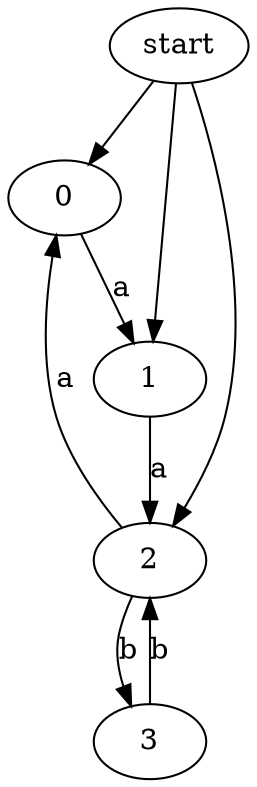
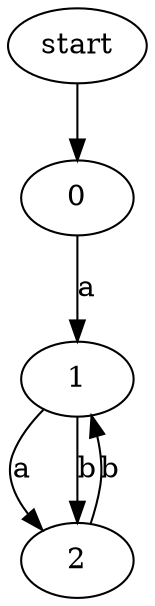
digraph {
    start -> 0;
-     start -> 1;
-     start -> 2;
    0 -> 1 [label = "a"];
    1 -> 2 [label = "a"];
-     2 -> 3 [label = "b"];
-     3 -> 2 [label = "b"];
-     2 -> 0 [label = "a"];
+     1 -> 2 [label = "b"];
+     2 -> 1 [label = "b"];

}